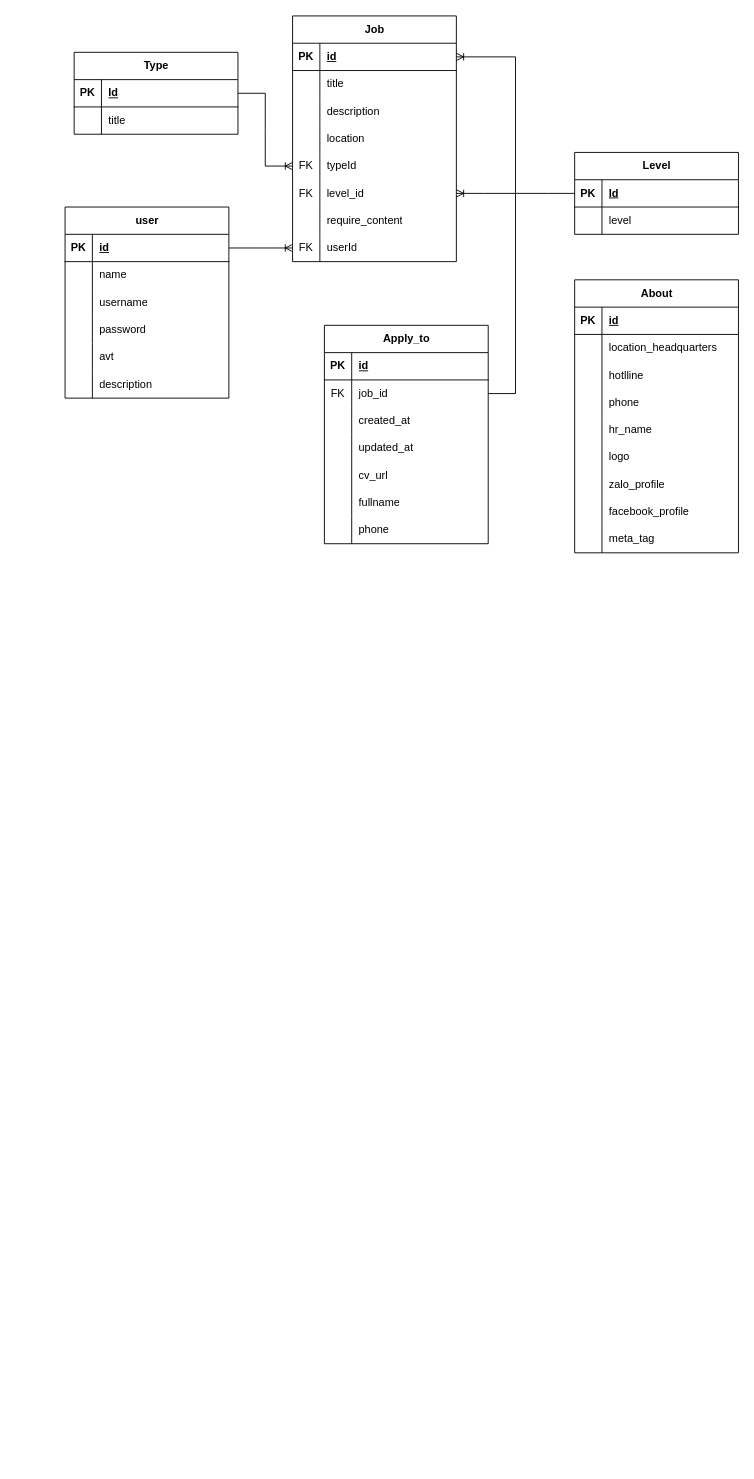
datanh98hp/tuyendung_app keeps this draw.io diagram as tuyendung_epr.drawio. Above is the earlier version. Source tidied: cells renumbered, new cells numbered last; positions are measured from the earlier drawing's top-left corner, leaving out a move shared by most shapes. Both pictures are drawn from the tidied source at 91%, with x=0, y=0 at pixel (65, 15).
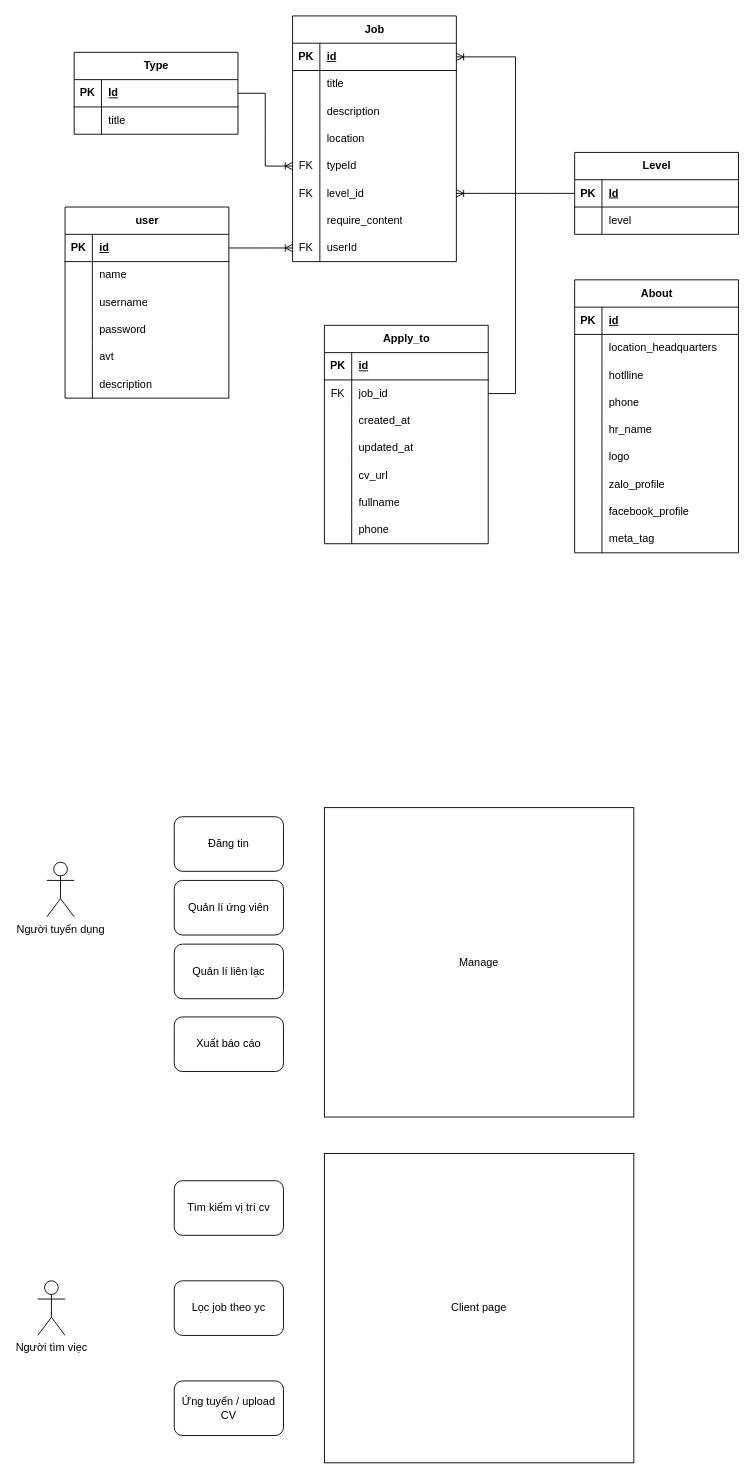
Above is the later version.

What changed in the source:
```diff
@@
+    <mxCell id="114" value="Người tuyển dụng" style="shape=umlActor;verticalLabelPosition=bottom;verticalAlign=top;html=1;" parent="1" vertex="1">
+      <mxGeometry x="-20" y="930" width="30" height="60" as="geometry" />
+    </mxCell>
+    <mxCell id="115" value="Người tìm viẹc" style="shape=umlActor;verticalLabelPosition=bottom;verticalAlign=top;html=1;" parent="1" vertex="1">
+      <mxGeometry x="-30" y="1390" width="30" height="60" as="geometry" />
+    </mxCell>
+    <mxCell id="116" value="Đăng tin" style="rounded=1;whiteSpace=wrap;html=1;" parent="1" vertex="1">
+      <mxGeometry x="120" y="880" width="120" height="60" as="geometry" />
+    </mxCell>
+    <mxCell id="117" value="Quản lí ứng viên" style="rounded=1;whiteSpace=wrap;html=1;" parent="1" vertex="1">
+      <mxGeometry x="120" y="950" width="120" height="60" as="geometry" />
+    </mxCell>
+    <mxCell id="118" value="Quản lí liên lạc" style="rounded=1;whiteSpace=wrap;html=1;" parent="1" vertex="1">
+      <mxGeometry x="120" y="1020" width="120" height="60" as="geometry" />
+    </mxCell>
+    <mxCell id="119" value="Xuất báo cáo" style="rounded=1;whiteSpace=wrap;html=1;" parent="1" vertex="1">
+      <mxGeometry x="120" y="1100" width="120" height="60" as="geometry" />
+    </mxCell>
+    <mxCell id="120" value="Manage" style="whiteSpace=wrap;html=1;" parent="1" vertex="1">
+      <mxGeometry x="285" y="870" width="340" height="340" as="geometry" />
+    </mxCell>
+    <mxCell id="121" value="Client page" style="whiteSpace=wrap;html=1;" parent="1" vertex="1">
+      <mxGeometry x="285" y="1250" width="340" height="340" as="geometry" />
+    </mxCell>
+    <mxCell id="122" value="Tìm kiếm vị trí cv" style="rounded=1;whiteSpace=wrap;html=1;" parent="1" vertex="1">
+      <mxGeometry x="120" y="1280" width="120" height="60" as="geometry" />
+    </mxCell>
+    <mxCell id="123" value="Lọc job theo yc" style="rounded=1;whiteSpace=wrap;html=1;" parent="1" vertex="1">
+      <mxGeometry x="120" y="1390" width="120" height="60" as="geometry" />
+    </mxCell>
+    <mxCell id="124" value="Ứng tuyển / upload CV" style="rounded=1;whiteSpace=wrap;html=1;" parent="1" vertex="1">
+      <mxGeometry x="120" y="1500" width="120" height="60" as="geometry" />
+    </mxCell>
```
